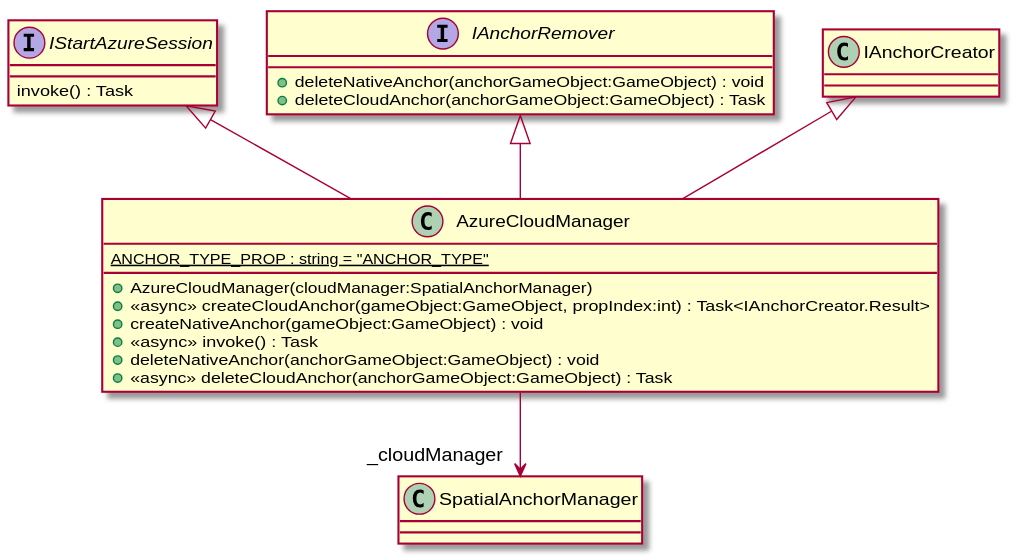
The PlantUML diagram UML/spatiallogic/AzureCloudManager.svg in DeNatur/ProductionFloorVisualization, before a commit. Source of this version:
```plantuml
@startuml
interface IStartAzureSession {
    invoke() : Task
}
interface IAnchorRemover {
    + deleteNativeAnchor(anchorGameObject:GameObject) : void
    + deleteCloudAnchor(anchorGameObject:GameObject) : Task
}
class AzureCloudManager {
    {static} ANCHOR_TYPE_PROP : string = "ANCHOR_TYPE"
    + AzureCloudManager(cloudManager:SpatialAnchorManager)
    + <<async>> createCloudAnchor(gameObject:GameObject, propIndex:int) : Task<IAnchorCreator.Result>
    + createNativeAnchor(gameObject:GameObject) : void
    + <<async>> invoke() : Task
    + deleteNativeAnchor(anchorGameObject:GameObject) : void
    + <<async>> deleteCloudAnchor(anchorGameObject:GameObject) : Task
}
IAnchorCreator <|-- AzureCloudManager
IAnchorRemover <|-- AzureCloudManager
IStartAzureSession <|-- AzureCloudManager
AzureCloudManager --> "_cloudManager" SpatialAnchorManager
@enduml
```
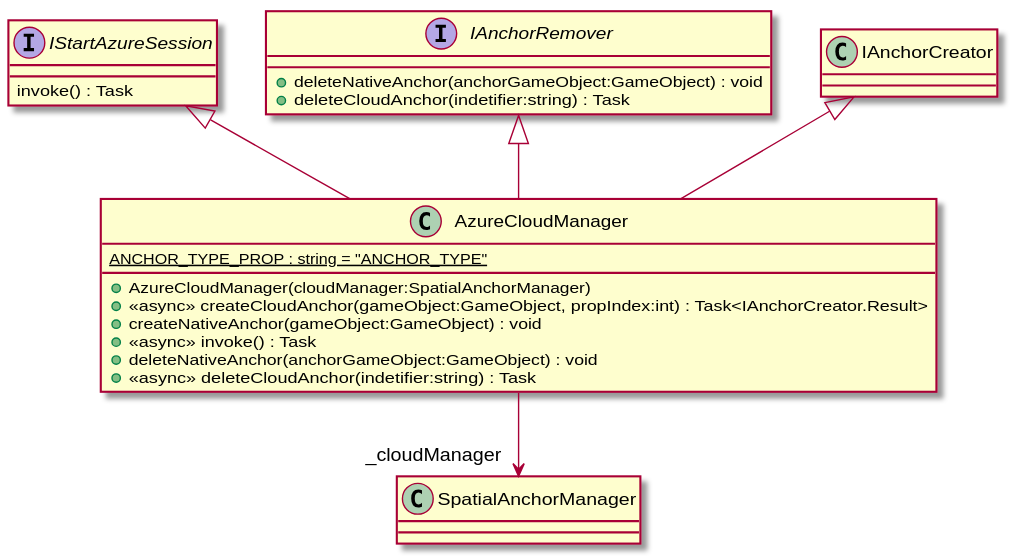
The same file after the commit.

The edit, as a diff of the source:
```diff
@@ -4,7 +4,7 @@
 }
 interface IAnchorRemover {
     + deleteNativeAnchor(anchorGameObject:GameObject) : void
-    + deleteCloudAnchor(anchorGameObject:GameObject) : Task
+    + deleteCloudAnchor(indetifier:string) : Task
 }
 class AzureCloudManager {
     {static} ANCHOR_TYPE_PROP : string = "ANCHOR_TYPE"
@@ -13,7 +13,7 @@
     + createNativeAnchor(gameObject:GameObject) : void
     + <<async>> invoke() : Task
     + deleteNativeAnchor(anchorGameObject:GameObject) : void
-    + <<async>> deleteCloudAnchor(anchorGameObject:GameObject) : Task
+    + <<async>> deleteCloudAnchor(indetifier:string) : Task
 }
 IAnchorCreator <|-- AzureCloudManager
 IAnchorRemover <|-- AzureCloudManager
```
